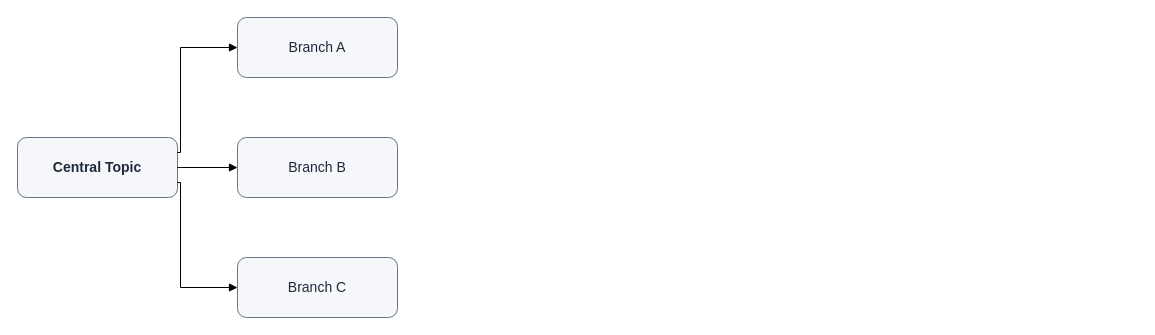
The draw.io diagram examples/11-mindmap/generated-mindmap.drawio in XU-QiYi/ai-diagram-tool, before the edit. Source tidied: cells renumbered, new cells numbered last; positions are measured from the earlier drawing's top-left corner, leaving out a move shared by most shapes. Both pictures are drawn from the tidied source at 100%, with x=0, y=0 at pixel (17, 17).
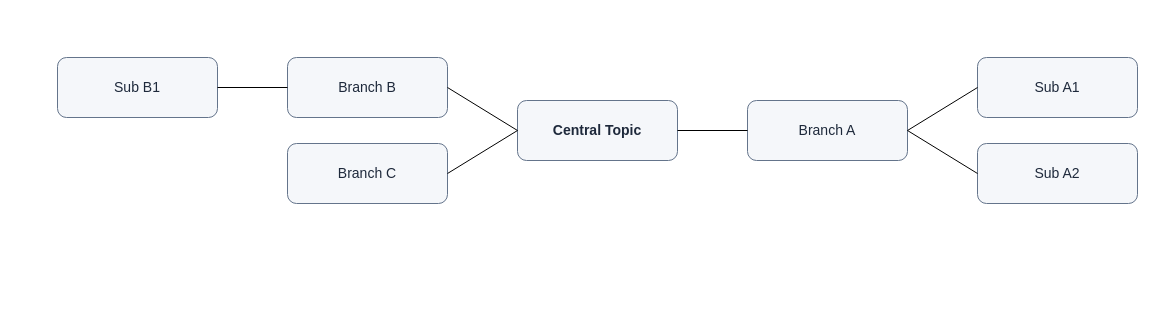
The same diagram, later.

The edit, as a diff of the source:
```diff
@@
 <mxGraphModel>
   <root>
     <mxCell id="0" />
     <mxCell id="1" parent="0" />
     <mxCell id="2" value="Central Topic" style="whiteSpace=wrap;html=1;rounded=1;fontStyle=1;strokeWidth=2;fillColor=#F5F7FA;strokeColor=#64748B;fontColor=#1E293B;fontSize=14;strokeWidth=1;spacing=8;" parent="1" vertex="1">
-      <mxGeometry y="120" width="160" height="60" as="geometry" />
+      <mxGeometry x="500" y="83" width="160" height="60" as="geometry" />
     </mxCell>
     <mxCell id="3" value="Branch A" style="whiteSpace=wrap;html=1;rounded=1;fillColor=#F5F7FA;strokeColor=#64748B;fontColor=#1E293B;fontSize=14;strokeWidth=1;spacing=8;" parent="1" vertex="1">
-      <mxGeometry x="220" width="160" height="60" as="geometry" />
+      <mxGeometry x="730" y="83" width="160" height="60" as="geometry" />
     </mxCell>
     <mxCell id="4" value="Branch B" style="whiteSpace=wrap;html=1;rounded=1;fillColor=#F5F7FA;strokeColor=#64748B;fontColor=#1E293B;fontSize=14;strokeWidth=1;spacing=8;" parent="1" vertex="1">
-      <mxGeometry x="220" y="120" width="160" height="60" as="geometry" />
+      <mxGeometry x="270" y="40" width="160" height="60" as="geometry" />
     </mxCell>
     <mxCell id="5" value="Branch C" style="whiteSpace=wrap;html=1;rounded=1;fillColor=#F5F7FA;strokeColor=#64748B;fontColor=#1E293B;fontSize=14;strokeWidth=1;spacing=8;" parent="1" vertex="1">
-      <mxGeometry x="220" y="240" width="160" height="60" as="geometry" />
+      <mxGeometry x="270" y="126" width="160" height="60" as="geometry" />
     </mxCell>
+    <mxCell id="9" value="Sub A1" style="whiteSpace=wrap;html=1;rounded=1;fillColor=#F5F7FA;strokeColor=#64748B;fontColor=#1E293B;fontSize=14;strokeWidth=1;spacing=8;" parent="1" vertex="1">
+      <mxGeometry x="960" y="40" width="160" height="60" as="geometry" />
+    </mxCell>
+    <mxCell id="10" value="Sub A2" style="whiteSpace=wrap;html=1;rounded=1;fillColor=#F5F7FA;strokeColor=#64748B;fontColor=#1E293B;fontSize=14;strokeWidth=1;spacing=8;" parent="1" vertex="1">
+      <mxGeometry x="960" y="126" width="160" height="60" as="geometry" />
+    </mxCell>
+    <mxCell id="11" value="Sub B1" style="whiteSpace=wrap;html=1;rounded=1;fillColor=#F5F7FA;strokeColor=#64748B;fontColor=#1E293B;fontSize=14;strokeWidth=1;spacing=8;" parent="1" vertex="1">
+      <mxGeometry x="40" y="40" width="160" height="60" as="geometry" />
+    </mxCell>
-    <mxCell id="6" style="edgeStyle=orthogonalEdgeStyle;rounded=0;jettySize=auto;html=1;strokeColor=#000000;fontColor=#000000;endArrow=block;strokeColor=#000000;fontColor=#000000;" parent="1" edge="1" source="2" target="3">
-      <mxGeometry relative="1" as="geometry">
-        <Array as="points">
-          <mxPoint x="163" y="135" />
-        </Array>
-      </mxGeometry>
+    <mxCell id="6" style="edgeStyle=orthogonalEdgeStyle;rounded=0;jettySize=auto;html=1;strokeColor=#000000;fontColor=#000000;labelBackgroundColor=#FFFFFF;endArrow=none;edgeStyle=none;exitX=1;exitY=0.5;exitDx=0;exitDy=0;entryX=0;entryY=0.5;entryDx=0;entryDy=0;strokeColor=#000000;fontColor=#000000;" parent="1" edge="1" source="2" target="3">
+      <mxGeometry relative="1" as="geometry" />
     </mxCell>
-    <mxCell id="7" style="edgeStyle=orthogonalEdgeStyle;rounded=0;jettySize=auto;html=1;strokeColor=#000000;fontColor=#000000;endArrow=block;strokeColor=#000000;fontColor=#000000;" parent="1" edge="1" source="2" target="4">
-      <mxGeometry relative="1" as="geometry">
-        <Array as="points">
-          <mxPoint x="163" y="150" />
-        </Array>
-      </mxGeometry>
+    <mxCell id="7" style="edgeStyle=orthogonalEdgeStyle;rounded=0;jettySize=auto;html=1;strokeColor=#000000;fontColor=#000000;labelBackgroundColor=#FFFFFF;endArrow=none;edgeStyle=none;exitX=0;exitY=0.5;exitDx=0;exitDy=0;entryX=1;entryY=0.5;entryDx=0;entryDy=0;strokeColor=#000000;fontColor=#000000;" parent="1" edge="1" source="2" target="4">
+      <mxGeometry relative="1" as="geometry" />
     </mxCell>
-    <mxCell id="8" style="edgeStyle=orthogonalEdgeStyle;rounded=0;jettySize=auto;html=1;strokeColor=#000000;fontColor=#000000;endArrow=block;strokeColor=#000000;fontColor=#000000;" parent="1" edge="1" source="2" target="5">
-      <mxGeometry relative="1" as="geometry">
-        <Array as="points">
-          <mxPoint x="163" y="165" />
-        </Array>
-      </mxGeometry>
+    <mxCell id="8" style="edgeStyle=orthogonalEdgeStyle;rounded=0;jettySize=auto;html=1;strokeColor=#000000;fontColor=#000000;labelBackgroundColor=#FFFFFF;endArrow=none;edgeStyle=none;exitX=0;exitY=0.5;exitDx=0;exitDy=0;entryX=1;entryY=0.5;entryDx=0;entryDy=0;strokeColor=#000000;fontColor=#000000;" parent="1" edge="1" source="2" target="5">
+      <mxGeometry relative="1" as="geometry" />
     </mxCell>
+    <mxCell id="12" style="edgeStyle=orthogonalEdgeStyle;rounded=0;jettySize=auto;html=1;strokeColor=#000000;fontColor=#000000;labelBackgroundColor=#FFFFFF;endArrow=none;edgeStyle=none;exitX=1;exitY=0.5;exitDx=0;exitDy=0;entryX=0;entryY=0.5;entryDx=0;entryDy=0;strokeColor=#000000;fontColor=#000000;" parent="1" edge="1" source="3" target="9">
+      <mxGeometry relative="1" as="geometry" />
+    </mxCell>
+    <mxCell id="13" style="edgeStyle=orthogonalEdgeStyle;rounded=0;jettySize=auto;html=1;strokeColor=#000000;fontColor=#000000;labelBackgroundColor=#FFFFFF;endArrow=none;edgeStyle=none;exitX=1;exitY=0.5;exitDx=0;exitDy=0;entryX=0;entryY=0.5;entryDx=0;entryDy=0;strokeColor=#000000;fontColor=#000000;" parent="1" edge="1" source="3" target="10">
+      <mxGeometry relative="1" as="geometry" />
+    </mxCell>
+    <mxCell id="14" style="edgeStyle=orthogonalEdgeStyle;rounded=0;jettySize=auto;html=1;strokeColor=#000000;fontColor=#000000;labelBackgroundColor=#FFFFFF;endArrow=none;edgeStyle=none;exitX=0;exitY=0.5;exitDx=0;exitDy=0;entryX=1;entryY=0.5;entryDx=0;entryDy=0;strokeColor=#000000;fontColor=#000000;" parent="1" edge="1" source="4" target="11">
+      <mxGeometry relative="1" as="geometry" />
+    </mxCell>
   </root>
 </mxGraphModel>
```
